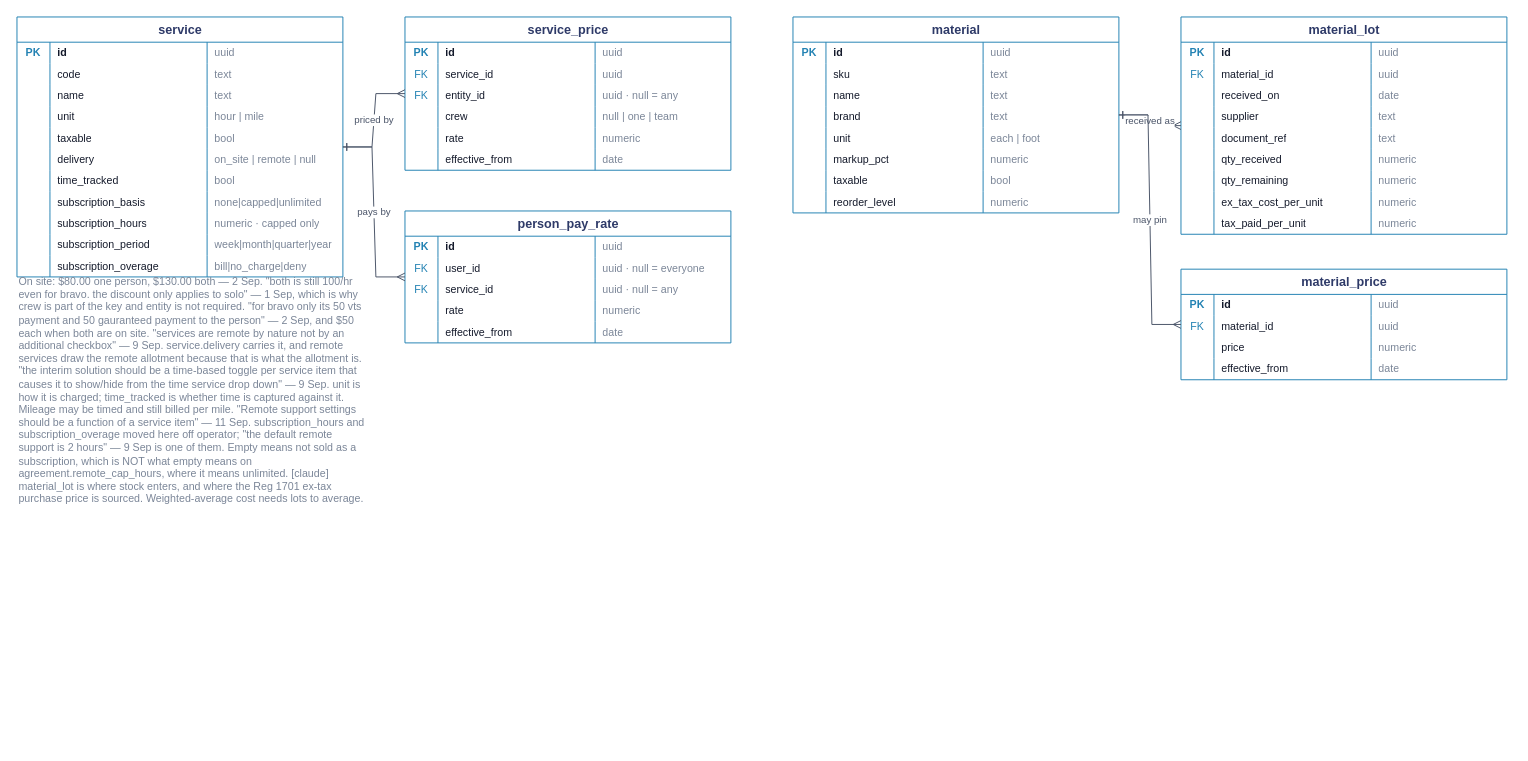
TylerVigario/reckon keeps this draw.io diagram as docs/schema/03-catalogue.drawio. Above is the earlier version. Source tidied: cells renumbered, new cells numbered last; positions are measured from the earlier drawing's top-left corner, leaving out a move shared by most shapes. Both pictures are drawn from the tidied source at 97%, with x=0, y=0 at pixel (16, 16).
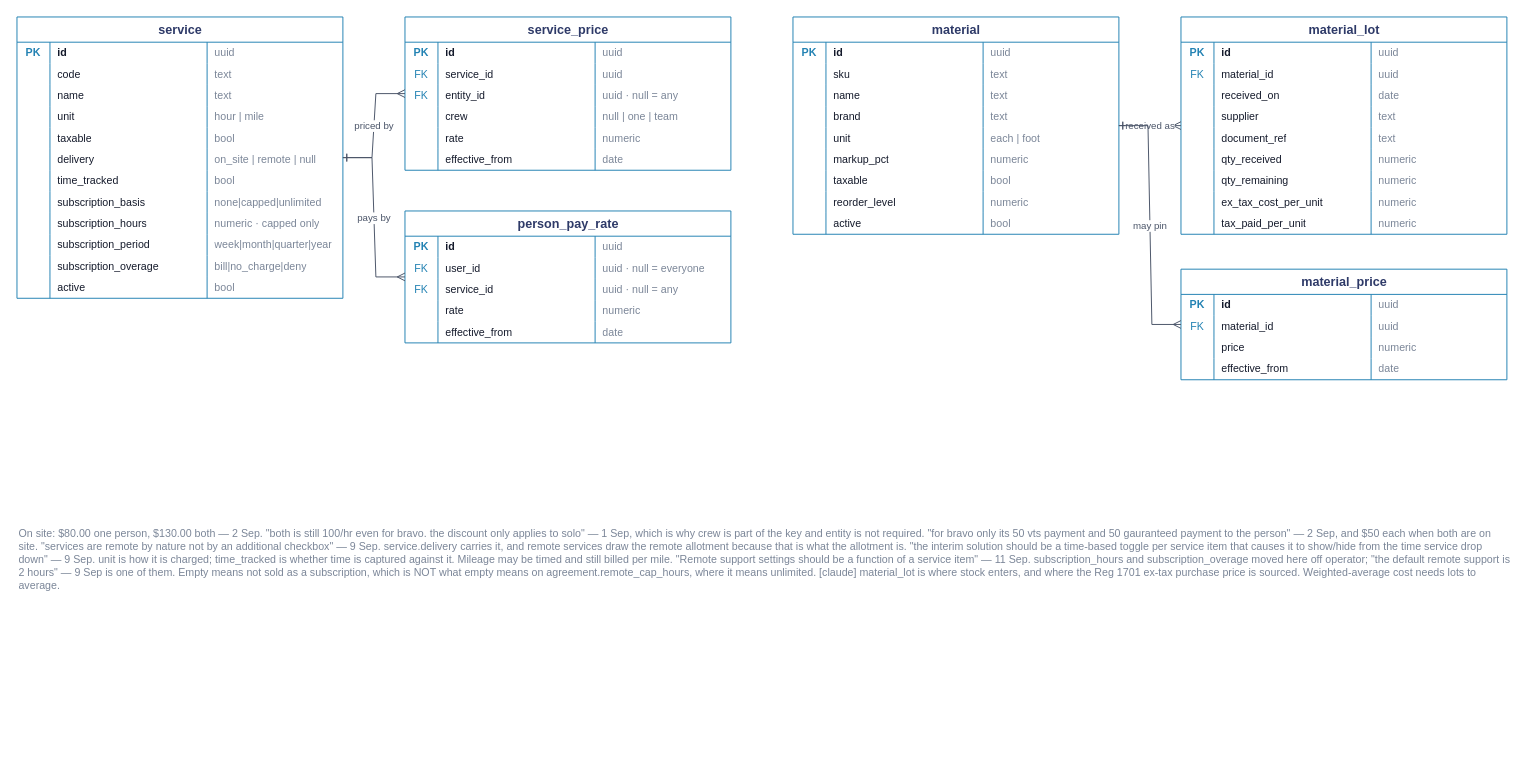
The same diagram, later.

What changed in the source:
```diff
@@
     <mxCell id="2" value="service" style="shape=table;startSize=26;childLayout=tableLayout;rowLines=0;fontStyle=1;align=center;html=1;fillColor=#ffffff;strokeColor=#2382b3;fontColor=#2e3a68;fontSize=13;" parent="1" vertex="1">
-      <mxGeometry width="336" height="268" as="geometry" />
+      <mxGeometry width="336" height="290" as="geometry" />
     </mxCell>
@@
+    <mxCell id="185" style="shape=tableRow;horizontal=0;startSize=0;swimlaneHead=0;swimlaneBody=0;fillColor=none;top=0;left=0;right=0;bottom=0;strokeColor=#d4dae4;" parent="2" vertex="1">
+      <mxGeometry y="268" width="336" height="22" as="geometry" />
+    </mxCell>
+    <mxCell id="186" style="shape=partialRectangle;fillColor=none;top=0;left=0;bottom=0;right=0;overflow=hidden;whiteSpace=wrap;html=1;fontSize=11;align=center;spacingLeft=0;fontColor=#141a2b;" parent="185" vertex="1">
+      <mxGeometry width="34" height="22" as="geometry" />
+    </mxCell>
+    <mxCell id="187" value="active" style="shape=partialRectangle;fillColor=none;top=0;left=0;bottom=0;right=0;overflow=hidden;whiteSpace=wrap;html=1;fontSize=11;align=left;spacingLeft=6;fontColor=#141a2b;" parent="185" vertex="1">
+      <mxGeometry x="34" width="162" height="22" as="geometry" />
+    </mxCell>
+    <mxCell id="188" value="bool" style="shape=partialRectangle;fillColor=none;top=0;left=0;bottom=0;right=0;overflow=hidden;whiteSpace=wrap;html=1;fontSize=11;align=left;spacingLeft=6;fontColor=#7b8698;" parent="185" vertex="1">
+      <mxGeometry x="196" width="140" height="22" as="geometry" />
+    </mxCell>
@@
     <mxCell id="93" value="material" style="shape=table;startSize=26;childLayout=tableLayout;rowLines=0;fontStyle=1;align=center;html=1;fillColor=#ffffff;strokeColor=#2382b3;fontColor=#2e3a68;fontSize=13;" parent="1" vertex="1">
-      <mxGeometry x="800" width="336" height="202" as="geometry" />
+      <mxGeometry x="800" width="336" height="224" as="geometry" />
     </mxCell>
@@
+    <mxCell id="189" style="shape=tableRow;horizontal=0;startSize=0;swimlaneHead=0;swimlaneBody=0;fillColor=none;top=0;left=0;right=0;bottom=0;strokeColor=#d4dae4;" parent="93" vertex="1">
+      <mxGeometry y="202" width="336" height="22" as="geometry" />
+    </mxCell>
+    <mxCell id="190" style="shape=partialRectangle;fillColor=none;top=0;left=0;bottom=0;right=0;overflow=hidden;whiteSpace=wrap;html=1;fontSize=11;align=center;spacingLeft=0;fontColor=#141a2b;" parent="189" vertex="1">
+      <mxGeometry width="34" height="22" as="geometry" />
+    </mxCell>
+    <mxCell id="191" value="active" style="shape=partialRectangle;fillColor=none;top=0;left=0;bottom=0;right=0;overflow=hidden;whiteSpace=wrap;html=1;fontSize=11;align=left;spacingLeft=6;fontColor=#141a2b;" parent="189" vertex="1">
+      <mxGeometry x="34" width="162" height="22" as="geometry" />
+    </mxCell>
+    <mxCell id="192" value="bool" style="shape=partialRectangle;fillColor=none;top=0;left=0;bottom=0;right=0;overflow=hidden;whiteSpace=wrap;html=1;fontSize=11;align=left;spacingLeft=6;fontColor=#7b8698;" parent="189" vertex="1">
+      <mxGeometry x="196" width="140" height="22" as="geometry" />
+    </mxCell>
@@
     <mxCell id="184" value="On site: $80.00 one person, $130.00 both — 2 Sep. &quot;both is still 100/hr even for bravo. the discount only applies to solo&quot; — 1 Sep, which is why crew is part of the key and entity is not required.  &quot;for bravo only its 50 vts payment and 50 gauranteed payment to the person&quot; — 2 Sep, and $50 each when both are on site.  &quot;services are remote by nature not by an additional checkbox&quot; — 9 Sep. service.delivery carries it, and remote services draw the remote allotment because that is what the allotment is.  &quot;the interim solution should be a time-based toggle per service item that causes it to show/hide from the time service drop down&quot; — 9 Sep. unit is how it is charged; time_tracked is whether time is captured against it. Mileage may be timed and still billed per mile.  &quot;Remote support settings should be a function of a service item&quot; — 11 Sep. subscription_hours and subscription_overage moved here off operator; &quot;the default remote support is 2 hours&quot; — 9 Sep is one of them. Empty means not sold as a subscription, which is NOT what empty means on agreement.remote_cap_hours, where it means unlimited.  [claude] material_lot is where stock enters, and where the Reg 1701 ex-tax purchase price is sourced. Weighted-average cost needs lots to average." style="text;html=1;strokeColor=none;fillColor=none;align=left;verticalAlign=top;fontSize=11;fontColor=#7b8698;whiteSpace=wrap;" parent="1" vertex="1">
-      <mxGeometry y="260" width="360" height="230" as="geometry" />
+      <mxGeometry y="520" width="1540" height="230" as="geometry" />
     </mxCell>
```
